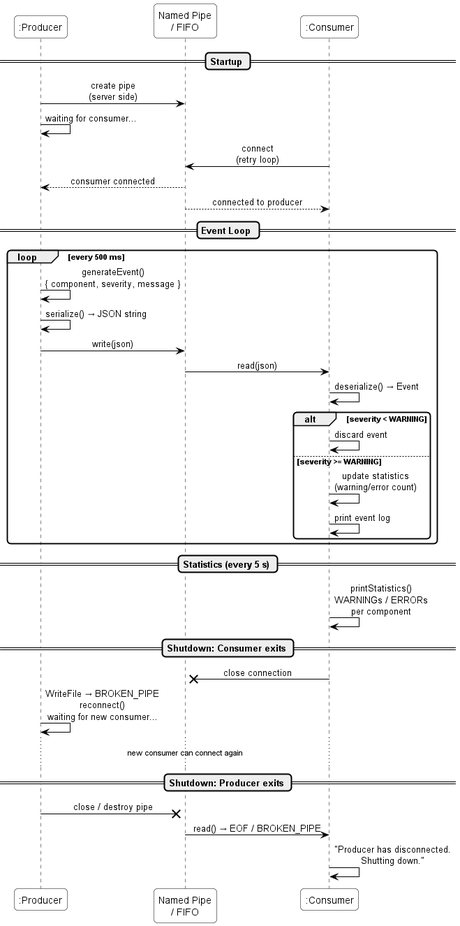
JonasDressner/event_system keeps this PlantUML diagram as doc/uml/sequence_diagram/sequence_diagram.png. Above is the earlier version.
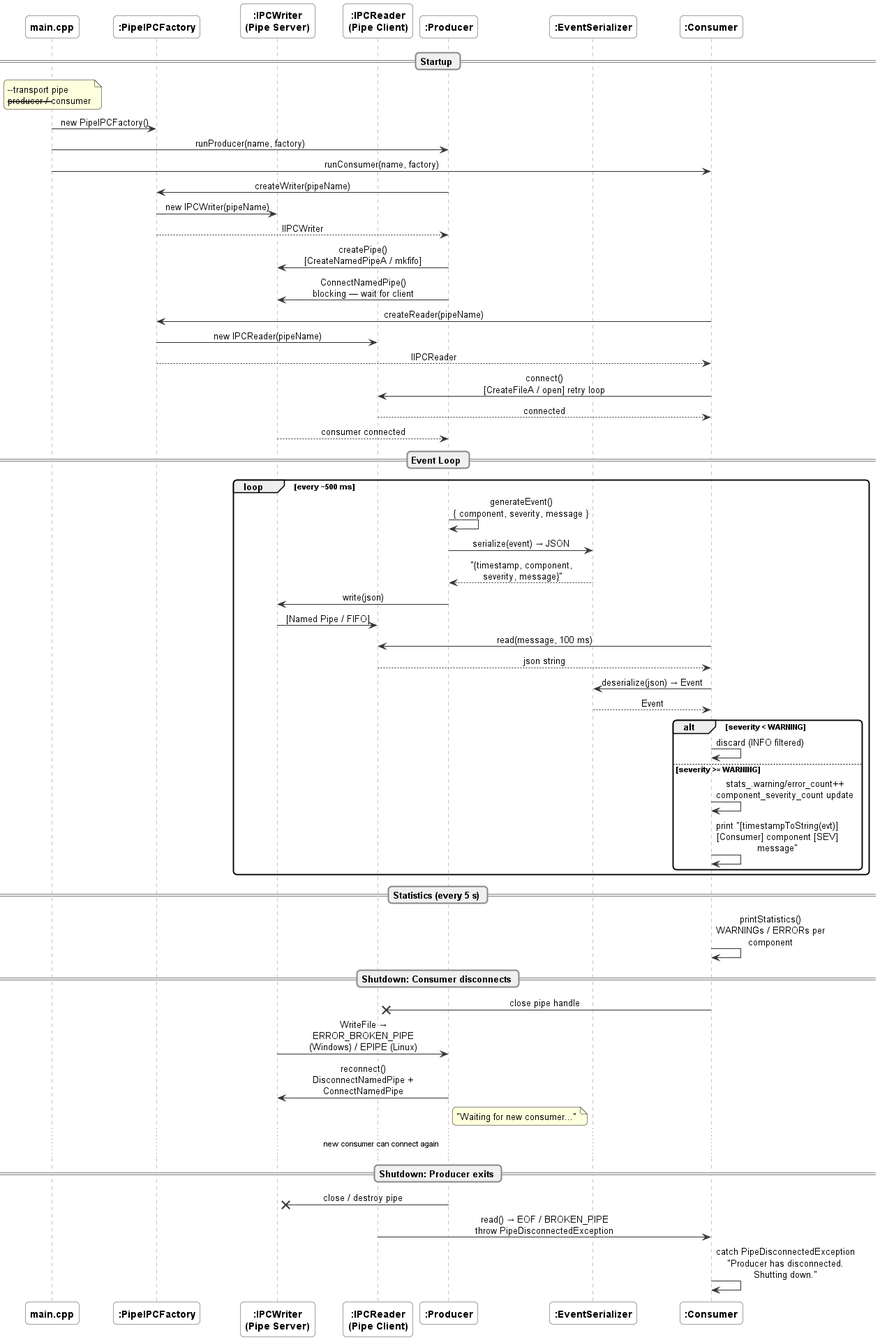
Later version of the same file.

Commit message:
add component and sequence diagram, add latex presentation

Change to the diagram source:
```diff
@@ -3,61 +3,97 @@
 skinparam shadowing false
 skinparam sequenceMessageAlign center
 skinparam roundcorner 10
+skinparam maxMessageSize 200
+
 skinparam sequence {
-    ArrowColor black
-    ActorBorderColor black
-    LifeLineBorderColor black
-    ParticipantBorderColor black
+    ArrowColor #333333
+    LifeLineBorderColor #888888
+    ParticipantBorderColor #444444
     ParticipantBackgroundColor white
+    ParticipantFontStyle bold
+    BoxBorderColor #aaaaaa
+    BoxBackgroundColor #fafafa
+    DividerBorderColor #888888
+    DividerBackgroundColor #f0f0f0
 }
 
+participant "main.cpp" as Main
+participant ":PipeIPCFactory" as Factory
+participant ":IPCWriter\n(Pipe Server)" as PipeW
+participant ":IPCReader\n(Pipe Client)" as PipeR
 participant ":Producer" as P
-participant "Named Pipe\n/ FIFO" as Pipe
+participant ":EventSerializer" as Ser
 participant ":Consumer" as C
 
 == Startup ==
 
-P -> Pipe : create pipe\n(server side)
-P -> P    : waiting for consumer...
+note over Main
+  --transport pipe
+  --producer / --consumer
+end note
 
-C -> Pipe : connect\n(retry loop)
-Pipe --> P : consumer connected
-Pipe --> C : connected to producer
+Main -> Factory : new PipeIPCFactory()
+Main -> P       : runProducer(name, factory)
+Main -> C       : runConsumer(name, factory)
+
+P    -> Factory : createWriter(pipeName)
+Factory -> PipeW : new IPCWriter(pipeName)
+Factory --> P   : IIPCWriter
+
+P    -> PipeW   : createPipe()\n[CreateNamedPipeA / mkfifo]
+P    -> PipeW   : ConnectNamedPipe()\nblocking — wait for client
+
+C    -> Factory : createReader(pipeName)
+Factory -> PipeR : new IPCReader(pipeName)
+Factory --> C   : IIPCReader
+
+C    -> PipeR   : connect()\n[CreateFileA / open] retry loop
+PipeR --> C     : connected
+PipeW --> P     : consumer connected
 
 == Event Loop ==
 
-loop every 500 ms
-    P -> P       : generateEvent()\n{ component, severity, message }
-    P -> P       : serialize() → JSON string
-    P -> Pipe    : write(json)
-    Pipe -> C    : read(json)
-    C -> C       : deserialize() → Event
+loop every ~500 ms
+
+    P -> P     : generateEvent()\n{ component, severity, message }
+    P -> Ser   : serialize(event) → JSON
+    Ser --> P  : "{timestamp, component,\n severity, message}"
+    P -> PipeW : write(json)
+    PipeW -> PipeR : [Named Pipe / FIFO]
+
+    C -> PipeR : read(message, 100 ms)
+    PipeR --> C : json string
+    C -> Ser   : deserialize(json) → Event
+    Ser --> C  : Event
 
     alt severity < WARNING
-        C -> C   : discard event
+        C -> C : discard (INFO filtered)
     else severity >= WARNING
-        C -> C   : update statistics\n(warning/error count)
-        C -> C   : print event log
+        C -> C : stats_.warning/error_count++\ncomponent_severity_count update
+        C -> C : print "[timestampToString(evt)]\n[Consumer] component [SEV] message"
     end
+
 end
 
 == Statistics (every 5 s) ==
 
-C -> C : printStatistics()\nWARNINGs / ERRORs\nper component
+C -> C : printStatistics()\nWARNINGs / ERRORs per component
 
-== Shutdown: Consumer exits ==
+== Shutdown: Consumer disconnects ==
 
-C ->x Pipe : close connection
+C ->x PipeR : close pipe handle
 
-P -> P     : WriteFile → BROKEN_PIPE\nreconnect()\nwaiting for new consumer...
+PipeW -> P  : WriteFile → ERROR_BROKEN_PIPE\n(Windows) / EPIPE (Linux)
+P -> PipeW  : reconnect()\nDisconnectNamedPipe + ConnectNamedPipe
+note right of P : "Waiting for new consumer..."
 
 ...new consumer can connect again...
 
 == Shutdown: Producer exits ==
 
-P ->x Pipe : close / destroy pipe
+P ->x PipeW : close / destroy pipe
 
-Pipe -> C  : read() → EOF / BROKEN_PIPE
-C -> C     : "Producer has disconnected.\nShutting down."
+PipeR -> C  : read() → EOF / BROKEN_PIPE\nthrow PipeDisconnectedException
+C -> C      : catch PipeDisconnectedException\n"Producer has disconnected. Shutting down."
 
 @enduml
```
